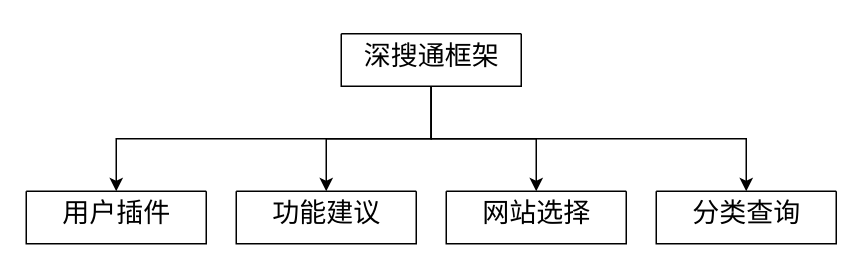
Above: shensoutong.drawio in Afeather2017/Afeather-Flowcharts (draw.io), before the change. Source tidied: cells renumbered, new cells numbered last; positions are measured from the earlier drawing's top-left corner, leaving out a move shared by most shapes. Both pictures are drawn from the tidied source at 150%, with x=0, y=0 at pixel (26, 26).
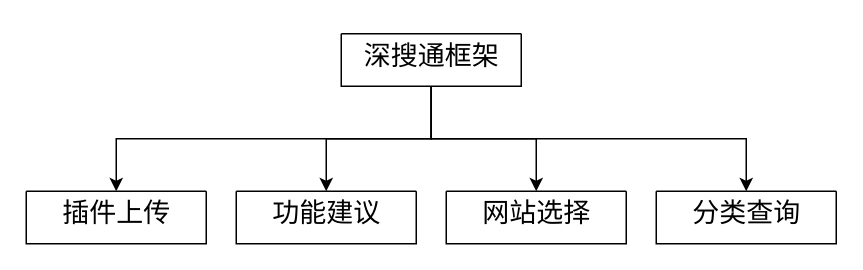
Above is the later version.

What changed in the source:
```diff
@@
 <mxGraphModel>
   <root>
     <mxCell id="0" />
     <mxCell id="1" parent="0" />
     <mxCell id="2" style="edgeStyle=orthogonalEdgeStyle;rounded=0;jettySize=auto;html=1;" parent="1" edge="1" source="6" target="8">
       <mxGeometry relative="1" as="geometry" />
     </mxCell>
     <mxCell id="3" style="edgeStyle=orthogonalEdgeStyle;rounded=0;jettySize=auto;html=1;exitX=0.5;exitY=1;exitDx=0;exitDy=0;" parent="1" edge="1" source="6" target="10">
       <mxGeometry relative="1" as="geometry" />
     </mxCell>
     <mxCell id="4" style="edgeStyle=orthogonalEdgeStyle;rounded=0;jettySize=auto;html=1;" parent="1" edge="1" source="6" target="12">
       <mxGeometry relative="1" as="geometry" />
     </mxCell>
     <mxCell id="5" style="edgeStyle=orthogonalEdgeStyle;rounded=0;jettySize=auto;html=1;exitX=0.5;exitY=1;exitDx=0;exitDy=0;" parent="1" edge="1" source="6" target="14">
       <mxGeometry relative="1" as="geometry" />
     </mxCell>
     <mxCell id="6" style="swimlane;startSize=0;" parent="1" vertex="1">
       <mxGeometry x="210" y="5" width="120" height="35" as="geometry" />
     </mxCell>
     <mxCell id="7" value="&lt;font style=&quot;font-size: 18px;&quot;&gt;深搜通框架&lt;/font&gt;" style="text;html=1;align=center;verticalAlign=middle;strokeColor=none;fillColor=none;" parent="6" vertex="1">
       <mxGeometry x="5" y="-5" width="110" height="40" as="geometry" />
     </mxCell>
     <mxCell id="8" style="swimlane;startSize=0;" parent="1" vertex="1">
       <mxGeometry x="280" y="110" width="120" height="35" as="geometry" />
     </mxCell>
     <mxCell id="9" value="&lt;span style=&quot;font-size: 18px;&quot;&gt;网站选择&lt;/span&gt;" style="text;html=1;align=center;verticalAlign=middle;strokeColor=none;fillColor=none;" parent="8" vertex="1">
       <mxGeometry x="10" y="-5" width="100" height="40" as="geometry" />
     </mxCell>
     <mxCell id="10" style="swimlane;startSize=0;" parent="1" vertex="1">
       <mxGeometry x="420" y="110" width="120" height="35" as="geometry" />
     </mxCell>
     <mxCell id="11" value="&lt;span style=&quot;font-size: 18px;&quot;&gt;分类查询&lt;/span&gt;" style="text;html=1;align=center;verticalAlign=middle;strokeColor=none;fillColor=none;" parent="10" vertex="1">
       <mxGeometry x="10" y="-5" width="100" height="40" as="geometry" />
     </mxCell>
     <mxCell id="12" style="swimlane;startSize=0;" parent="1" vertex="1">
       <mxGeometry x="140" y="110" width="120" height="35" as="geometry" />
     </mxCell>
     <mxCell id="13" value="&lt;span style=&quot;font-size: 18px;&quot;&gt;功能建议&lt;/span&gt;" style="text;html=1;align=center;verticalAlign=middle;strokeColor=none;fillColor=none;" parent="12" vertex="1">
       <mxGeometry x="10" y="-5" width="100" height="40" as="geometry" />
     </mxCell>
     <mxCell id="14" style="swimlane;startSize=0;" parent="1" vertex="1">
       <mxGeometry y="110" width="120" height="35" as="geometry" />
     </mxCell>
-    <mxCell id="15" value="&lt;font style=&quot;font-size: 18px;&quot;&gt;用户插件&lt;/font&gt;" style="text;html=1;align=center;verticalAlign=middle;strokeColor=none;fillColor=none;" parent="14" vertex="1">
+    <mxCell id="15" value="&lt;font style=&quot;font-size: 18px;&quot;&gt;插件上传&lt;/font&gt;" style="text;html=1;align=center;verticalAlign=middle;strokeColor=none;fillColor=none;" parent="14" vertex="1">
       <mxGeometry x="10" y="-5" width="100" height="40" as="geometry" />
     </mxCell>
   </root>
 </mxGraphModel>
```
